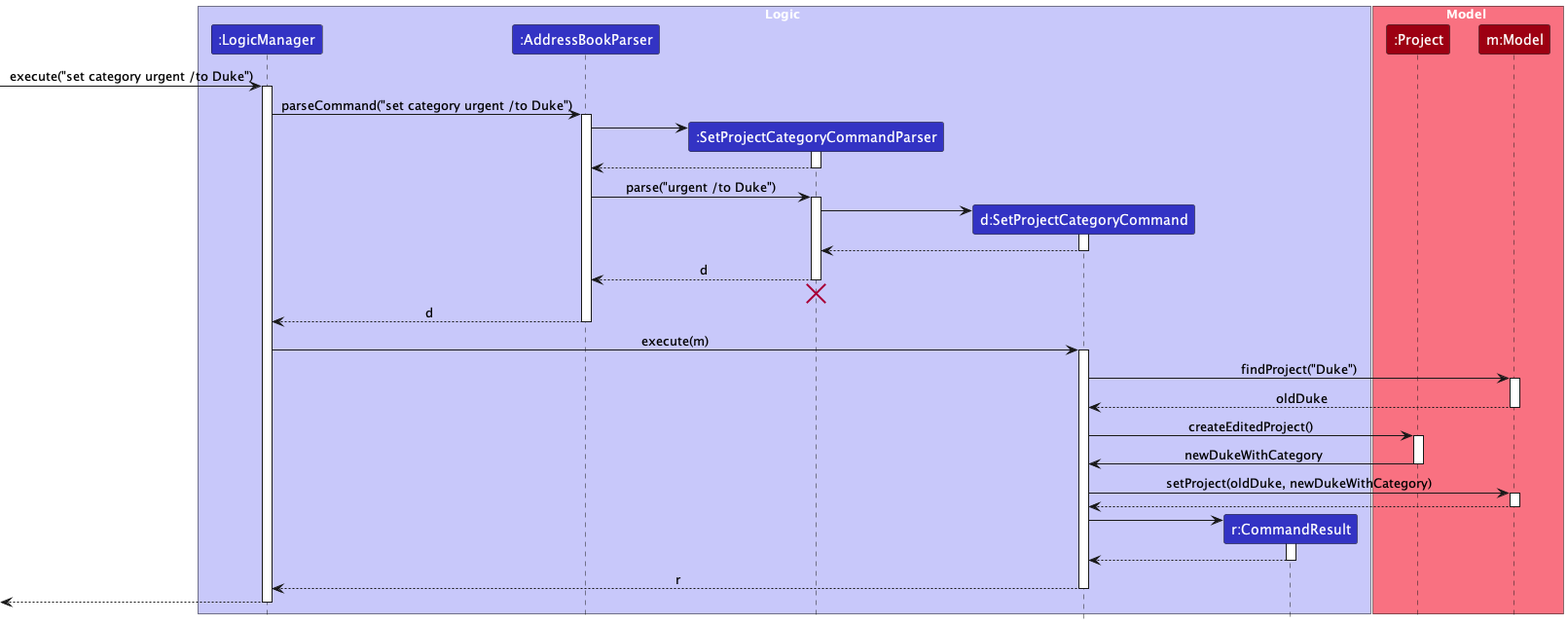
Before: docs/images/SetProjectCategorySequenceDiagram.png, a diagram exported from PlantUML (AY2324S2-CS2103T-W08-4/tp).
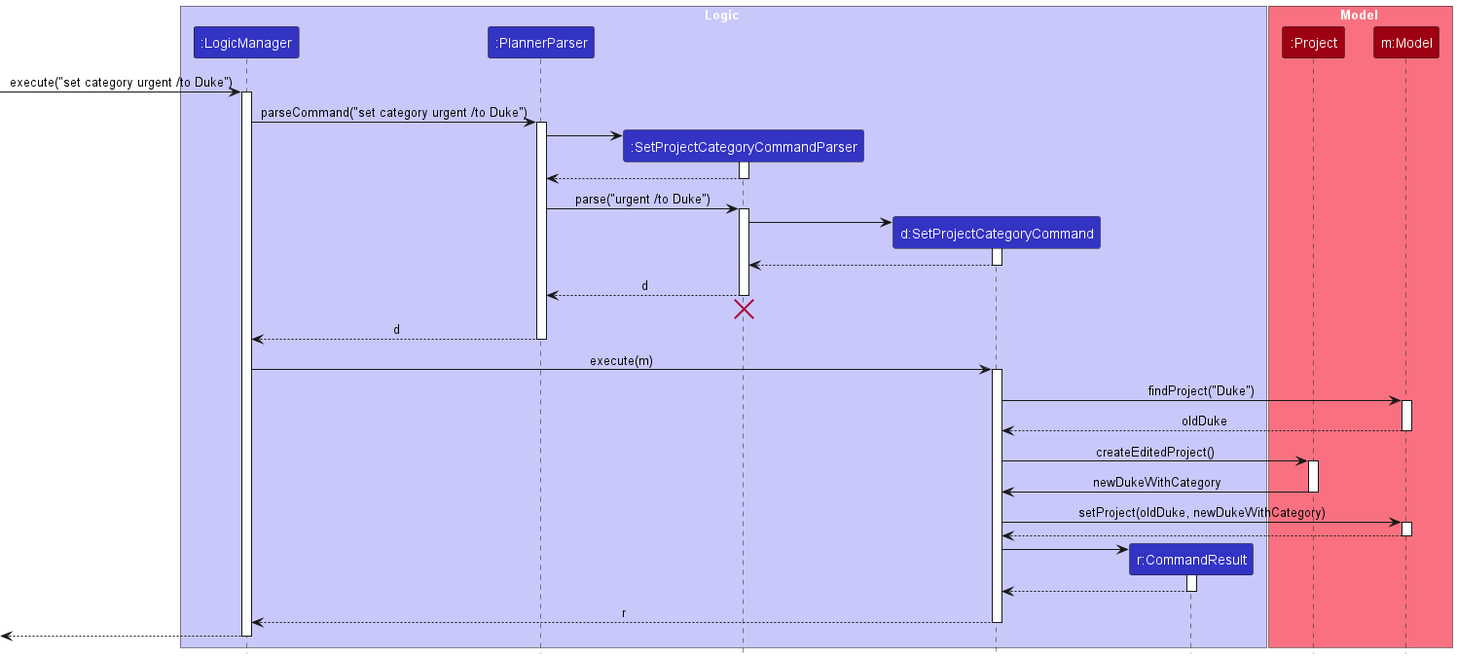
Above is the later version.

Diff of the diagram source:
```diff
@@ -4,7 +4,7 @@
 
 box Logic LOGIC_COLOR_T1
 participant ":LogicManager" as LogicManager LOGIC_COLOR
-participant ":AddressBookParser" as AddressBookParser LOGIC_COLOR
+participant ":PlannerParser" as PlannerParser LOGIC_COLOR
 participant ":SetProjectCategoryCommandParser" as SetProjectCategoryCommandParser LOGIC_COLOR
 participant "d:SetProjectCategoryCommand" as SetProjectCategoryCommand LOGIC_COLOR
 participant "r:CommandResult" as CommandResult LOGIC_COLOR
@@ -18,17 +18,17 @@
 [-> LogicManager : execute("set category urgent /to Duke")
 activate LogicManager
 
-LogicManager -> AddressBookParser : parseCommand("set category urgent /to Duke")
-activate AddressBookParser
+LogicManager -> PlannerParser : parseCommand("set category urgent /to Duke")
+activate PlannerParser
 
 create SetProjectCategoryCommandParser
-AddressBookParser -> SetProjectCategoryCommandParser
+PlannerParser -> SetProjectCategoryCommandParser
 activate SetProjectCategoryCommandParser
 
-SetProjectCategoryCommandParser --> AddressBookParser
+SetProjectCategoryCommandParser --> PlannerParser
 deactivate SetProjectCategoryCommandParser
 
-AddressBookParser -> SetProjectCategoryCommandParser : parse("urgent /to Duke")
+PlannerParser -> SetProjectCategoryCommandParser : parse("urgent /to Duke")
 activate SetProjectCategoryCommandParser
 
 create SetProjectCategoryCommand
@@ -38,13 +38,13 @@
 SetProjectCategoryCommand --> SetProjectCategoryCommandParser :
 deactivate SetProjectCategoryCommand
 
-SetProjectCategoryCommandParser --> AddressBookParser : d
+SetProjectCategoryCommandParser --> PlannerParser : d
 deactivate SetProjectCategoryCommandParser
-SetProjectCategoryCommandParser -[hidden]-> AddressBookParser
+SetProjectCategoryCommandParser -[hidden]-> PlannerParser
 destroy SetProjectCategoryCommandParser
 
-AddressBookParser --> LogicManager : d
-deactivate AddressBookParser
+PlannerParser --> LogicManager : d
+deactivate PlannerParser
 
 LogicManager -> SetProjectCategoryCommand : execute(m)
 activate SetProjectCategoryCommand
```
